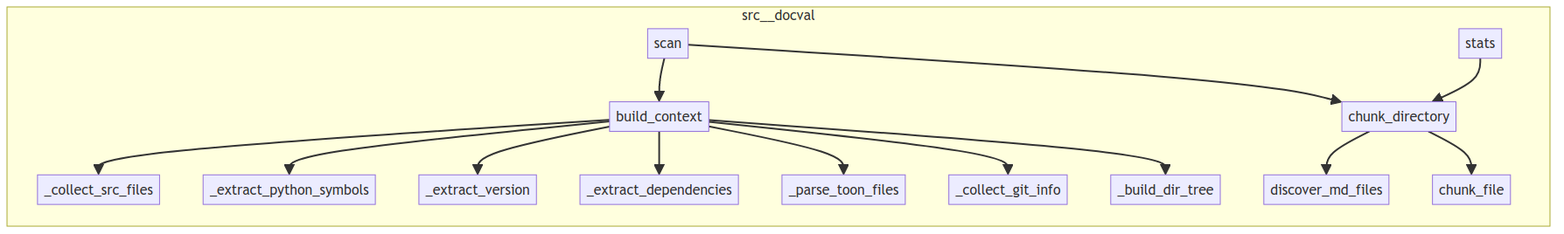
Above: project/calls.png in semcod/docval (Mermaid), before the change. Its source is kept beside it as project/calls.mmd.
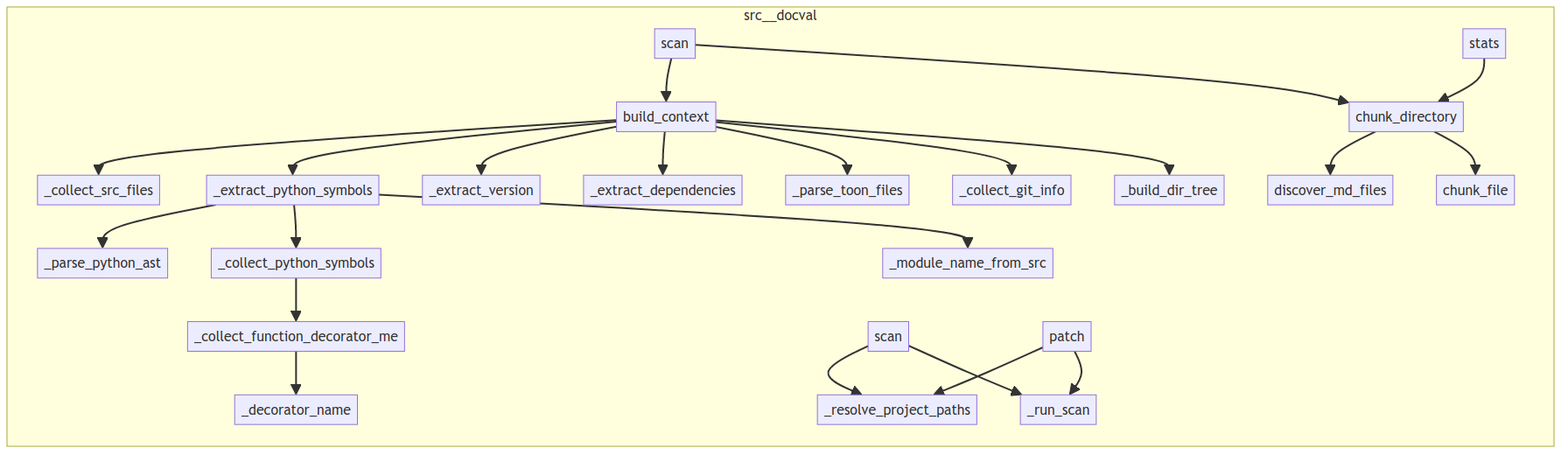
Later version of the same file.

Diff of the diagram source:
```diff
@@ -1,24 +1,32 @@
 flowchart LR
     subgraph src__docval
+        src__docval__context___parse_toon_files["_parse_toon_files"]
+        src__docval__context__build_context["build_context"]
+        src__docval__context___build_dir_tree["_build_dir_tree"]
+        src__docval__cli__patch["patch"]
+        src__docval__cli__stats["stats"]
+        src__docval__cli__scan["scan"]
+        src__docval__context___decorator_name["_decorator_name"]
         src__docval__chunker__chunk_directory["chunk_directory"]
+        src__docval__context___collect_src_files["_collect_src_files"]
+        src__docval__context___parse_python_ast["_parse_python_ast"]
+        src__docval__context___extract_dependencies["_extract_dependencies"]
+        src__docval__context___collect_git_info["_collect_git_info"]
+        src__docval__context___extract_version["_extract_version"]
+        src__docval__pipeline__scan["scan"]
         src__docval__chunker__discover_md_files["discover_md_files"]
-        src__docval__context___extract_dependencies["_extract_dependencies"]
-        src__docval__pipeline__scan["scan"]
+        src__docval__context___collect_function_decorator_metadata["_collect_function_decorator_me"]
+        src__docval__cli___run_scan["_run_scan"]
+        src__docval__context___collect_python_symbols["_collect_python_symbols"]
         src__docval__context___extract_python_symbols["_extract_python_symbols"]
-        src__docval__context___extract_version["_extract_version"]
-        src__docval__context__build_context["build_context"]
-        src__docval__cli__stats["stats"]
-        src__docval__context___collect_git_info["_collect_git_info"]
-        src__docval__context___build_dir_tree["_build_dir_tree"]
-        src__docval__context___collect_src_files["_collect_src_files"]
-        src__docval__context___parse_toon_files["_parse_toon_files"]
+        src__docval__cli___resolve_project_paths["_resolve_project_paths"]
+        src__docval__context___module_name_from_src["_module_name_from_src"]
         src__docval__chunker__chunk_file["chunk_file"]
     end
     src__docval__chunker__chunk_directory --> src__docval__chunker__discover_md_files
     src__docval__chunker__chunk_directory --> src__docval__chunker__chunk_file
     src__docval__pipeline__scan --> src__docval__context__build_context
     src__docval__pipeline__scan --> src__docval__chunker__chunk_directory
-    src__docval__cli__stats --> src__docval__chunker__chunk_directory
     src__docval__context__build_context --> src__docval__context___collect_src_files
     src__docval__context__build_context --> src__docval__context___extract_python_symbols
     src__docval__context__build_context --> src__docval__context___extract_version
@@ -26,3 +34,13 @@
     src__docval__context__build_context --> src__docval__context___parse_toon_files
     src__docval__context__build_context --> src__docval__context___collect_git_info
     src__docval__context__build_context --> src__docval__context___build_dir_tree
+    src__docval__context___extract_python_symbols --> src__docval__context___parse_python_ast
+    src__docval__context___extract_python_symbols --> src__docval__context___collect_python_symbols
+    src__docval__context___extract_python_symbols --> src__docval__context___module_name_from_src
+    src__docval__context___collect_python_symbols --> src__docval__context___collect_function_decorator_metadata
+    src__docval__context___collect_function_decorator_metadata --> src__docval__context___decorator_name
+    src__docval__cli__scan --> src__docval__cli___resolve_project_paths
+    src__docval__cli__scan --> src__docval__cli___run_scan
+    src__docval__cli__patch --> src__docval__cli___resolve_project_paths
+    src__docval__cli__patch --> src__docval__cli___run_scan
+    src__docval__cli__stats --> src__docval__chunker__chunk_directory
```
